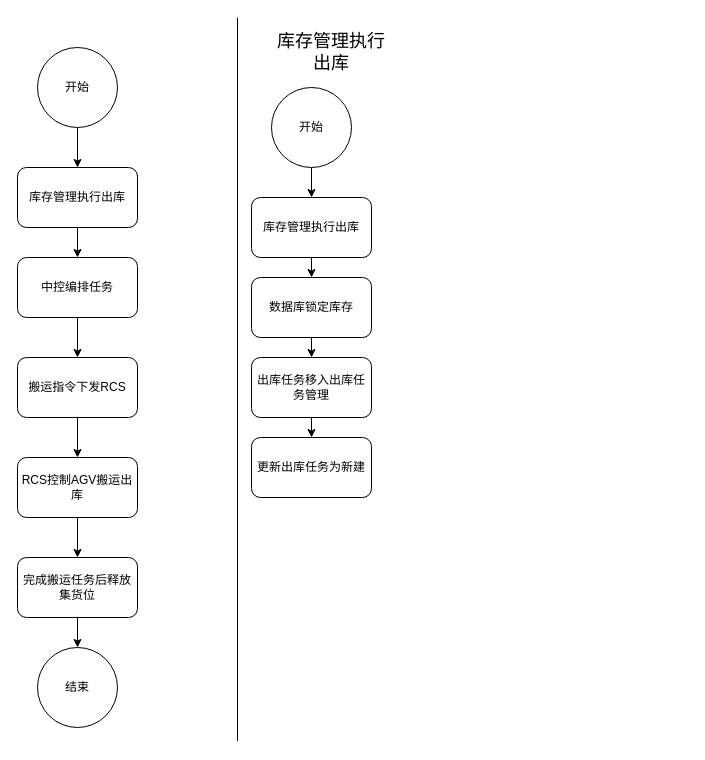
Earlier version of the draw.io diagram 威海HP出库流程.drawio (FrankKirin/PM_works). Source tidied: cells renumbered, new cells numbered last; positions are measured from the earlier drawing's top-left corner, leaving out a move shared by most shapes. Both pictures are drawn from the tidied source at 100%, with x=0, y=0 at pixel (17, 17).
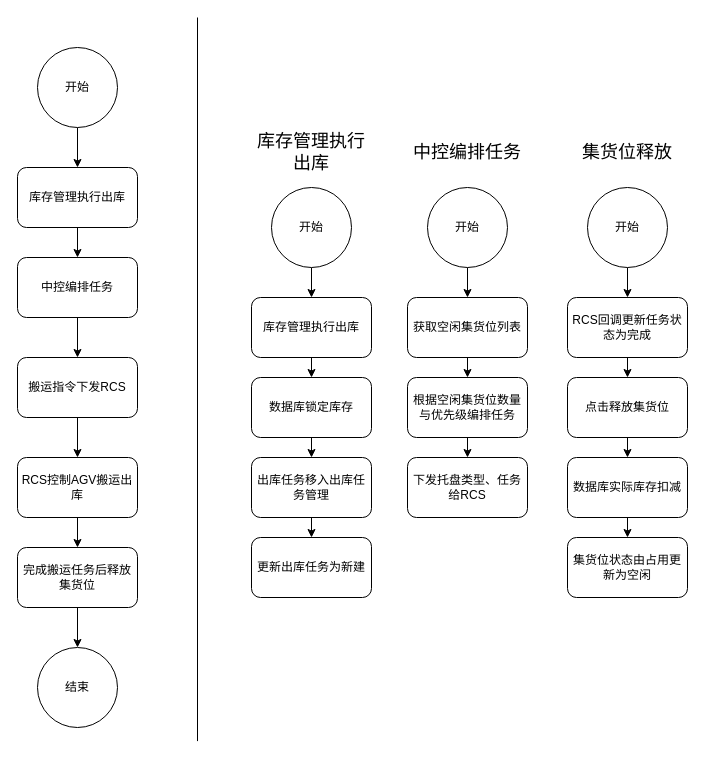
The same page after the edit.

Commit message:
Update 威海HP出库流程.drawio

What changed in the source:
```diff
@@
     <mxCell id="11" value="完成搬运任务后释放集货位" style="rounded=1;whiteSpace=wrap;html=1;" parent="1" vertex="1">
-      <mxGeometry y="540" width="120" height="60" as="geometry" />
+      <mxGeometry y="530" width="120" height="60" as="geometry" />
     </mxCell>
@@
     <mxCell id="15" style="endArrow=none;html=1;rounded=0;" parent="1" edge="1">
       <mxGeometry relative="1" as="geometry">
-        <mxPoint x="220" y="723.6" as="sourcePoint" />
-        <mxPoint x="220" as="targetPoint" />
+        <mxPoint x="180" y="723.6" as="sourcePoint" />
+        <mxPoint x="180" as="targetPoint" />
       </mxGeometry>
     </mxCell>
     <mxCell id="16" value="&lt;font style=&quot;font-size: 18px&quot;&gt;库存管理执行出库&lt;/font&gt;" style="text;html=1;strokeColor=none;fillColor=none;align=center;verticalAlign=middle;whiteSpace=wrap;rounded=0;" parent="1" vertex="1">
-      <mxGeometry x="254" y="20" width="120" height="30" as="geometry" />
+      <mxGeometry x="234" y="120" width="120" height="30" as="geometry" />
     </mxCell>
@@
     <mxCell id="18" value="开始" style="ellipse;whiteSpace=wrap;html=1;" parent="1" vertex="1">
-      <mxGeometry x="254" y="70" width="80" height="80" as="geometry" />
+      <mxGeometry x="254" y="170" width="80" height="80" as="geometry" />
     </mxCell>
@@
     <mxCell id="20" value="库存管理执行出库" style="rounded=1;whiteSpace=wrap;html=1;" parent="1" vertex="1">
-      <mxGeometry x="234" y="180" width="120" height="60" as="geometry" />
+      <mxGeometry x="234" y="280" width="120" height="60" as="geometry" />
     </mxCell>
@@
     <mxCell id="22" value="数据库锁定库存" style="rounded=1;whiteSpace=wrap;html=1;" parent="1" vertex="1">
-      <mxGeometry x="234" y="260" width="120" height="60" as="geometry" />
+      <mxGeometry x="234" y="360" width="120" height="60" as="geometry" />
     </mxCell>
@@
     <mxCell id="24" value="出库任务移入出库任务管理" style="rounded=1;whiteSpace=wrap;html=1;" parent="1" vertex="1">
-      <mxGeometry x="234" y="340" width="120" height="60" as="geometry" />
+      <mxGeometry x="234" y="440" width="120" height="60" as="geometry" />
     </mxCell>
     <mxCell id="25" value="更新出库任务为新建" style="rounded=1;whiteSpace=wrap;html=1;" parent="1" vertex="1">
-      <mxGeometry x="234" y="420" width="120" height="60" as="geometry" />
+      <mxGeometry x="234" y="520" width="120" height="60" as="geometry" />
     </mxCell>
+    <mxCell id="26" value="&lt;font style=&quot;font-size: 18px&quot;&gt;中控编排任务&lt;/font&gt;" style="text;html=1;strokeColor=none;fillColor=none;align=center;verticalAlign=middle;whiteSpace=wrap;rounded=0;" parent="1" vertex="1">
+      <mxGeometry x="390" y="120" width="120" height="30" as="geometry" />
+    </mxCell>
+    <mxCell id="27" style="edgeStyle=orthogonalEdgeStyle;rounded=0;jettySize=auto;html=1;exitX=0.5;exitY=1;exitDx=0;exitDy=0;entryX=0.5;entryY=0;entryDx=0;entryDy=0;" parent="1" edge="1" source="28" target="30">
+      <mxGeometry relative="1" as="geometry" />
+    </mxCell>
+    <mxCell id="28" value="开始" style="ellipse;whiteSpace=wrap;html=1;" parent="1" vertex="1">
+      <mxGeometry x="410" y="170" width="80" height="80" as="geometry" />
+    </mxCell>
+    <mxCell id="29" style="edgeStyle=orthogonalEdgeStyle;rounded=0;jettySize=auto;html=1;exitX=0.5;exitY=1;exitDx=0;exitDy=0;entryX=0.5;entryY=0;entryDx=0;entryDy=0;" parent="1" edge="1" source="30" target="32">
+      <mxGeometry relative="1" as="geometry" />
+    </mxCell>
+    <mxCell id="30" value="获取空闲集货位列表" style="rounded=1;whiteSpace=wrap;html=1;" parent="1" vertex="1">
+      <mxGeometry x="390" y="280" width="120" height="60" as="geometry" />
+    </mxCell>
+    <mxCell id="31" style="edgeStyle=orthogonalEdgeStyle;rounded=0;jettySize=auto;html=1;exitX=0.5;exitY=1;exitDx=0;exitDy=0;entryX=0.5;entryY=0;entryDx=0;entryDy=0;" parent="1" edge="1" source="32" target="33">
+      <mxGeometry relative="1" as="geometry" />
+    </mxCell>
+    <mxCell id="32" value="根据空闲集货位数量与优先级编排任务" style="rounded=1;whiteSpace=wrap;html=1;" parent="1" vertex="1">
+      <mxGeometry x="390" y="360" width="120" height="60" as="geometry" />
+    </mxCell>
+    <mxCell id="33" value="下发托盘类型、任务给RCS" style="rounded=1;whiteSpace=wrap;html=1;" parent="1" vertex="1">
+      <mxGeometry x="390" y="440" width="120" height="60" as="geometry" />
+    </mxCell>
+    <mxCell id="34" value="&lt;font style=&quot;font-size: 18px&quot;&gt;集货位释放&lt;/font&gt;" style="text;html=1;strokeColor=none;fillColor=none;align=center;verticalAlign=middle;whiteSpace=wrap;rounded=0;" parent="1" vertex="1">
+      <mxGeometry x="550" y="120" width="120" height="30" as="geometry" />
+    </mxCell>
+    <mxCell id="35" style="edgeStyle=orthogonalEdgeStyle;rounded=0;jettySize=auto;html=1;exitX=0.5;exitY=1;exitDx=0;exitDy=0;entryX=0.5;entryY=0;entryDx=0;entryDy=0;" parent="1" edge="1" source="36" target="38">
+      <mxGeometry relative="1" as="geometry" />
+    </mxCell>
+    <mxCell id="36" value="开始" style="ellipse;whiteSpace=wrap;html=1;" parent="1" vertex="1">
+      <mxGeometry x="570" y="170" width="80" height="80" as="geometry" />
+    </mxCell>
+    <mxCell id="37" style="edgeStyle=orthogonalEdgeStyle;rounded=0;jettySize=auto;html=1;exitX=0.5;exitY=1;exitDx=0;exitDy=0;entryX=0.5;entryY=0;entryDx=0;entryDy=0;" parent="1" edge="1" source="38" target="40">
+      <mxGeometry relative="1" as="geometry" />
+    </mxCell>
+    <mxCell id="38" value="RCS回调更新任务状态为完成" style="rounded=1;whiteSpace=wrap;html=1;" parent="1" vertex="1">
+      <mxGeometry x="550" y="280" width="120" height="60" as="geometry" />
+    </mxCell>
+    <mxCell id="39" style="edgeStyle=orthogonalEdgeStyle;rounded=0;jettySize=auto;html=1;exitX=0.5;exitY=1;exitDx=0;exitDy=0;entryX=0.5;entryY=0;entryDx=0;entryDy=0;" parent="1" edge="1" source="40" target="42">
+      <mxGeometry relative="1" as="geometry" />
+    </mxCell>
+    <mxCell id="40" value="点击释放集货位" style="rounded=1;whiteSpace=wrap;html=1;" parent="1" vertex="1">
+      <mxGeometry x="550" y="360" width="120" height="60" as="geometry" />
+    </mxCell>
+    <mxCell id="41" style="edgeStyle=orthogonalEdgeStyle;rounded=0;jettySize=auto;html=1;exitX=0.5;exitY=1;exitDx=0;exitDy=0;entryX=0.5;entryY=0;entryDx=0;entryDy=0;" parent="1" edge="1" source="42" target="43">
+      <mxGeometry relative="1" as="geometry" />
+    </mxCell>
+    <mxCell id="42" value="数据库实际库存扣减" style="rounded=1;whiteSpace=wrap;html=1;" parent="1" vertex="1">
+      <mxGeometry x="550" y="440" width="120" height="60" as="geometry" />
+    </mxCell>
+    <mxCell id="43" value="集货位状态由占用更新为空闲" style="rounded=1;whiteSpace=wrap;html=1;" parent="1" vertex="1">
+      <mxGeometry x="550" y="520" width="120" height="60" as="geometry" />
+    </mxCell>
```
